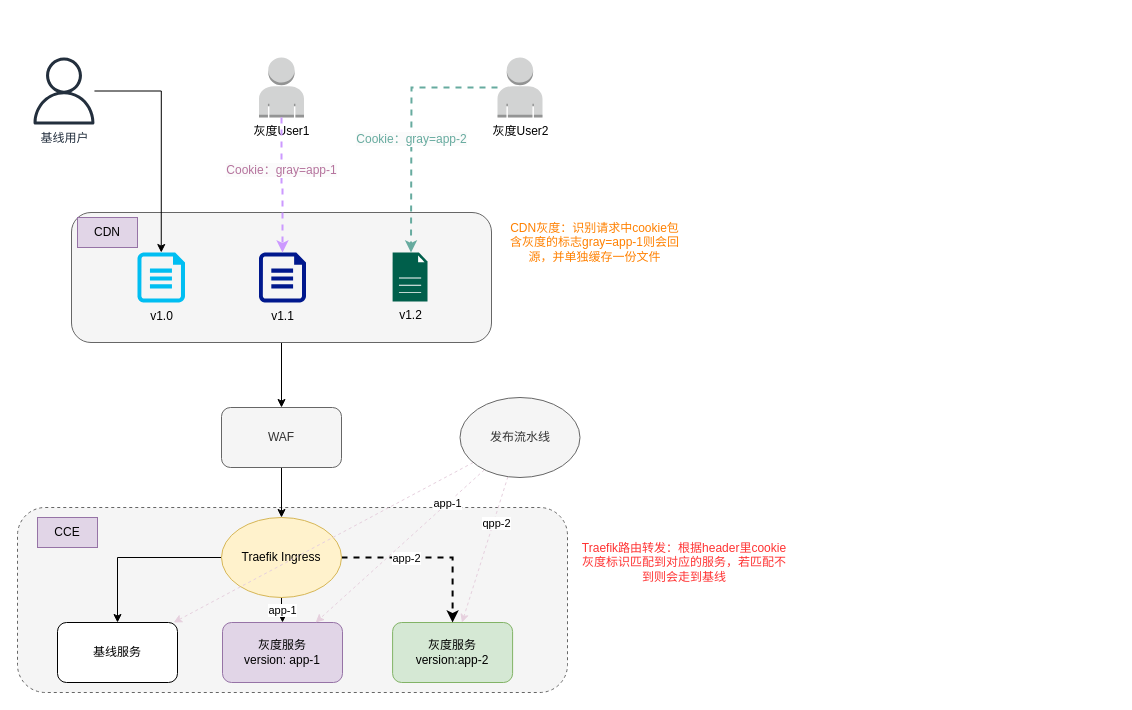
Earlier version of the draw.io diagram 前端H5灰度.drawio (463024907/draw.io). Source tidied: cells renumbered, new cells numbered last; positions are measured from the earlier drawing's top-left corner, leaving out a move shared by most shapes. Both pictures are drawn from the tidied source at 100%, with x=0, y=0 at pixel (17, 57).
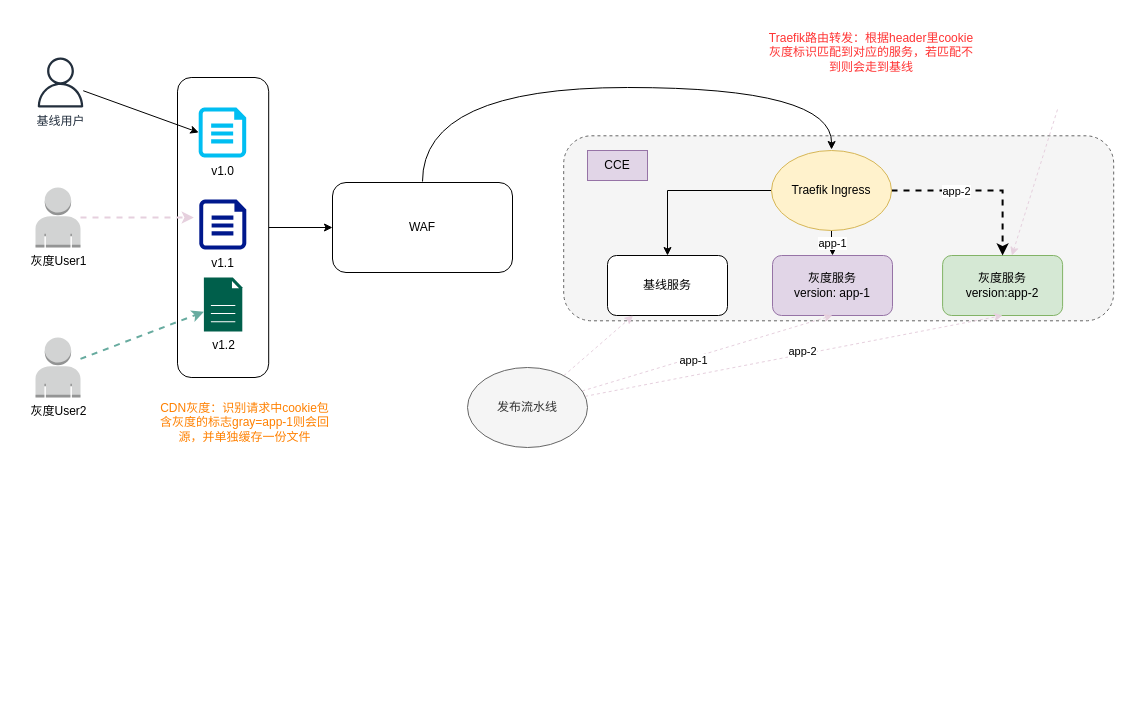
The same page after the edit.

Unchanged cells that the change refers to:
```xml
<mxCell id="16" style="edgeStyle=orthogonalEdgeStyle;rounded=0;jettySize=auto;html=1;entryX=0.5;entryY=0;entryDx=0;entryDy=0;dashed=1;strokeWidth=2;" parent="1" edge="1" source="20" target="12">
  <mxGeometry relative="1" as="geometry" />
</mxCell>
<mxCell id="18" style="edgeStyle=orthogonalEdgeStyle;rounded=0;jettySize=auto;html=1;entryX=0.5;entryY=0;entryDx=0;entryDy=0;" parent="1" edge="1" source="20" target="28">
  <mxGeometry relative="1" as="geometry" />
</mxCell>
```

The edit, as a diff of the source:
```diff
@@
-    <mxCell id="2" style="rounded=1;whiteSpace=wrap;html=1;dashed=1;fillColor=#f5f5f5;fontColor=#333333;strokeColor=#666666;" parent="1" vertex="1">
-      <mxGeometry y="450" width="550" height="185" as="geometry" />
-    </mxCell>
-    <mxCell id="3" style="edgeStyle=orthogonalEdgeStyle;rounded=0;jettySize=auto;html=1;" parent="1" edge="1" source="4" target="8">
-      <mxGeometry relative="1" as="geometry" />
-    </mxCell>
-    <mxCell id="4" style="rounded=1;whiteSpace=wrap;html=1;fillColor=#f5f5f5;fontColor=#333333;strokeColor=#666666;" parent="1" vertex="1">
-      <mxGeometry x="54" y="155" width="420" height="130" as="geometry" />
-    </mxCell>
+    <mxCell id="38" style="rounded=1;whiteSpace=wrap;html=1;dashed=1;fillColor=#f5f5f5;fontColor=#333333;strokeColor=#666666;" parent="1" vertex="1">
+      <mxGeometry x="546.2" y="78.3" width="550" height="185" as="geometry" />
+    </mxCell>
+    <mxCell id="39" style="edgeStyle=orthogonalEdgeStyle;rounded=0;jettySize=auto;html=1;" parent="1" edge="1" source="40" target="8">
+      <mxGeometry relative="1" as="geometry" />
+    </mxCell>
+    <mxCell id="40" style="rounded=1;whiteSpace=wrap;html=1;" parent="1" vertex="1">
+      <mxGeometry x="160" y="20" width="91.2" height="300" as="geometry" />
+    </mxCell>
+    <mxCell id="23" style="edgeStyle=orthogonalEdgeStyle;rounded=0;jettySize=auto;html=1;entryX=-0.117;entryY=0.36;entryDx=0;entryDy=0;entryPerimeter=0;dashed=1;strokeColor=#E6D0DE;strokeWidth=2;" parent="1" edge="1" source="5" target="9">
+      <mxGeometry relative="1" as="geometry" />
+    </mxCell>
     <mxCell id="5" value="灰度User1&lt;div&gt;&lt;br&gt;&lt;/div&gt;" style="outlineConnect=0;dashed=0;verticalLabelPosition=bottom;verticalAlign=top;align=center;html=1;shape=mxgraph.aws3.user;fillColor=#D2D3D3;gradientColor=none;" parent="1" vertex="1">
-      <mxGeometry x="241.5" width="45" height="60" as="geometry" />
+      <mxGeometry x="18" y="130" width="45" height="60" as="geometry" />
     </mxCell>
+    <mxCell id="13" value="基线用户" style="sketch=0;outlineConnect=0;fontColor=#232F3E;gradientColor=none;fillColor=#232F3D;strokeColor=none;dashed=0;verticalLabelPosition=bottom;verticalAlign=top;align=center;html=1;fontSize=12;fontStyle=0;shape=mxgraph.aws4.user;" parent="1" vertex="1">
+      <mxGeometry x="18" width="50" height="50" as="geometry" />
+    </mxCell>
+    <mxCell id="41" style="rounded=0;jettySize=auto;html=1;dashed=1;strokeColor=#67AB9F;strokeWidth=2;" parent="1" edge="1" source="21" target="27">
+      <mxGeometry relative="1" as="geometry" />
+    </mxCell>
+    <mxCell id="21" value="灰度User2&lt;div&gt;&lt;br&gt;&lt;/div&gt;" style="outlineConnect=0;dashed=0;verticalLabelPosition=bottom;verticalAlign=top;align=center;html=1;shape=mxgraph.aws3.user;fillColor=#D2D3D3;gradientColor=none;" parent="1" vertex="1">
+      <mxGeometry x="18" y="280" width="45" height="60" as="geometry" />
+    </mxCell>
     <mxCell id="6" value="v1.0" style="verticalLabelPosition=bottom;html=1;verticalAlign=top;align=center;strokeColor=none;fillColor=#00BEF2;shape=mxgraph.azure.cloud_services_configuration_file;" parent="1" vertex="1">
-      <mxGeometry x="120" y="195" width="47.5" height="50" as="geometry" />
+      <mxGeometry x="181.2" y="50" width="47.5" height="50" as="geometry" />
     </mxCell>
-    <mxCell id="7" style="edgeStyle=orthogonalEdgeStyle;rounded=0;jettySize=auto;html=1;" parent="1" edge="1" source="8" target="20">
-      <mxGeometry relative="1" as="geometry" />
-    </mxCell>
+    <mxCell id="9" value="v1.1" style="sketch=0;shadow=0;dashed=0;html=1;strokeColor=none;labelPosition=center;verticalLabelPosition=bottom;verticalAlign=top;align=center;fillColor=#00188D;shape=mxgraph.azure.file;" parent="1" vertex="1">
+      <mxGeometry x="181.8" y="142" width="47" height="50" as="geometry" />
+    </mxCell>
+    <mxCell id="27" value="v1.2" style="sketch=0;shadow=0;dashed=0;html=1;strokeColor=none;fillColor=#005F4B;labelPosition=center;verticalLabelPosition=bottom;verticalAlign=top;align=center;outlineConnect=0;shape=mxgraph.veeam2.file;" parent="1" vertex="1">
+      <mxGeometry x="186.4" y="220" width="38.4" height="54" as="geometry" />
+    </mxCell>
+    <mxCell id="22" style="rounded=0;jettySize=auto;html=1;entryX=0;entryY=0.5;entryDx=0;entryDy=0;entryPerimeter=0;" parent="1" edge="1" source="13" target="6">
+      <mxGeometry relative="1" as="geometry" />
+    </mxCell>
+    <mxCell id="42" style="edgeStyle=orthogonalEdgeStyle;rounded=0;orthogonalLoop=1;jettySize=auto;html=1;entryX=0.5;entryY=0;entryDx=0;entryDy=0;curved=1;" parent="1" edge="1">
+      <mxGeometry relative="1" as="geometry">
+        <mxPoint x="405" y="124" as="sourcePoint" />
+        <mxPoint x="814" y="92" as="targetPoint" />
+        <Array as="points">
+          <mxPoint x="405" y="30" />
+          <mxPoint x="815" y="30" />
+        </Array>
+      </mxGeometry>
+    </mxCell>
-    <mxCell id="8" value="WAF" style="rounded=1;whiteSpace=wrap;html=1;fillColor=#f5f5f5;fontColor=#333333;strokeColor=#666666;" parent="1" vertex="1">
-      <mxGeometry x="204" y="350" width="120" height="60" as="geometry" />
+    <mxCell id="8" value="WAF" style="whiteSpace=wrap;html=1;rounded=1;" parent="1" vertex="1">
+      <mxGeometry x="315" y="125" width="180" height="90" as="geometry" />
     </mxCell>
-    <mxCell id="9" value="v1.1" style="sketch=0;shadow=0;dashed=0;html=1;strokeColor=none;labelPosition=center;verticalLabelPosition=bottom;verticalAlign=top;align=center;fillColor=#00188D;shape=mxgraph.azure.file;" parent="1" vertex="1">
-      <mxGeometry x="241.5" y="195" width="47" height="50" as="geometry" />
-    </mxCell>
-    <mxCell id="10" value="CDN" style="text;html=1;align=center;verticalAlign=middle;whiteSpace=wrap;rounded=0;fillColor=#e1d5e7;strokeColor=#9673a6;" parent="1" vertex="1">
-      <mxGeometry x="60" y="160" width="60" height="30" as="geometry" />
-    </mxCell>
+    <mxCell id="36" value="&lt;font color=&quot;#ff8000&quot;&gt;CDN灰度：识别请求中cookie包含灰度的标志gray=app-1则会回源，并单独缓存一份文件&lt;/font&gt;" style="text;html=1;align=center;verticalAlign=middle;whiteSpace=wrap;rounded=0;" parent="1" vertex="1">
+      <mxGeometry x="140" y="350" width="175" height="30" as="geometry" />
+    </mxCell>
     <mxCell id="11" value="基线服务" style="rounded=1;whiteSpace=wrap;html=1;" parent="1" vertex="1">
-      <mxGeometry x="40" y="565" width="120" height="60" as="geometry" />
+      <mxGeometry x="590" y="198" width="120" height="60" as="geometry" />
     </mxCell>
     <mxCell id="12" value="灰度服务&lt;div&gt;version:app-2&lt;/div&gt;" style="rounded=1;whiteSpace=wrap;html=1;fillColor=#d5e8d4;strokeColor=#82b366;" parent="1" vertex="1">
-      <mxGeometry x="375.1" y="565" width="120" height="60" as="geometry" />
+      <mxGeometry x="925.1" y="198" width="120" height="60" as="geometry" />
     </mxCell>
-    <mxCell id="13" value="基线用户" style="sketch=0;outlineConnect=0;fontColor=#232F3E;gradientColor=none;fillColor=#232F3D;strokeColor=none;dashed=0;verticalLabelPosition=bottom;verticalAlign=top;align=center;html=1;fontSize=12;fontStyle=0;shape=mxgraph.aws4.user;" parent="1" vertex="1">
-      <mxGeometry x="13" width="67" height="67" as="geometry" />
-    </mxCell>
     <mxCell id="14" value="CCE" style="text;html=1;align=center;verticalAlign=middle;whiteSpace=wrap;rounded=0;fillColor=#e1d5e7;strokeColor=#9673a6;" parent="1" vertex="1">
-      <mxGeometry x="20" y="460" width="60" height="30" as="geometry" />
+      <mxGeometry x="570" y="93" width="60" height="30" as="geometry" />
     </mxCell>
@@
-    <mxCell id="17" value="app-2" style="edgeLabel;html=1;align=center;verticalAlign=middle;" parent="16" vertex="1">
-      <mxGeometry x="-0.27" y="1" relative="1" as="geometry">
-        <mxPoint y="1" as="offset" />
-      </mxGeometry>
-    </mxCell>
+    <mxCell id="43" value="app-2" style="edgeLabel;html=1;align=center;verticalAlign=middle;" parent="16" vertex="1">
+      <mxGeometry x="-0.27" y="1" relative="1" as="geometry">
+        <mxPoint y="1" as="offset" />
+      </mxGeometry>
+    </mxCell>
@@
-    <mxCell id="19" value="app-1" style="edgeLabel;html=1;align=center;verticalAlign=middle;" parent="18" vertex="1">
-      <mxGeometry x="-0.08" relative="1" as="geometry" />
-    </mxCell>
+    <mxCell id="44" value="app-1" style="edgeLabel;html=1;align=center;verticalAlign=middle;" parent="18" vertex="1">
+      <mxGeometry x="-0.08" relative="1" as="geometry" />
+    </mxCell>
     <mxCell id="20" value="Traefik Ingress" style="ellipse;whiteSpace=wrap;html=1;fillColor=#fff2cc;strokeColor=#d6b656;" parent="1" vertex="1">
-      <mxGeometry x="204" y="460" width="120" height="80" as="geometry" />
+      <mxGeometry x="754" y="93" width="120" height="80" as="geometry" />
     </mxCell>
-    <mxCell id="21" value="灰度User2&lt;div&gt;&lt;br&gt;&lt;/div&gt;" style="outlineConnect=0;dashed=0;verticalLabelPosition=bottom;verticalAlign=top;align=center;html=1;shape=mxgraph.aws3.user;fillColor=#D2D3D3;gradientColor=none;" parent="1" vertex="1">
-      <mxGeometry x="480" width="45" height="60" as="geometry" />
-    </mxCell>
-    <mxCell id="22" style="edgeStyle=orthogonalEdgeStyle;rounded=0;jettySize=auto;html=1;entryX=0.5;entryY=0;entryDx=0;entryDy=0;entryPerimeter=0;" parent="1" edge="1" source="13" target="6">
-      <mxGeometry relative="1" as="geometry" />
-    </mxCell>
-    <mxCell id="23" style="edgeStyle=orthogonalEdgeStyle;rounded=0;jettySize=auto;html=1;entryX=0.5;entryY=0;entryDx=0;entryDy=0;entryPerimeter=0;dashed=1;strokeColor=#CC99FF;strokeWidth=2;" parent="1" edge="1" source="5" target="9">
-      <mxGeometry relative="1" as="geometry" />
-    </mxCell>
-    <mxCell id="24" value="&lt;span style=&quot;color: rgb(181, 115, 157); font-size: 12px; background-color: rgb(251, 251, 251);&quot;&gt;Cookie：gray=app-1&lt;/span&gt;" style="edgeLabel;html=1;align=center;verticalAlign=middle;" parent="23" vertex="1">
-      <mxGeometry x="-0.24" y="-1" relative="1" as="geometry" />
-    </mxCell>
-    <mxCell id="25" style="edgeStyle=orthogonalEdgeStyle;rounded=0;jettySize=auto;html=1;entryX=0.5;entryY=0;entryDx=0;entryDy=0;entryPerimeter=0;dashed=1;strokeColor=#67AB9F;strokeWidth=2;" parent="1" edge="1" source="21">
-      <mxGeometry relative="1" as="geometry">
-        <mxPoint x="393.5" y="195" as="targetPoint" />
-      </mxGeometry>
-    </mxCell>
-    <mxCell id="26" value="&lt;span style=&quot;color: rgb(103, 171, 159); font-size: 12px; background-color: rgb(251, 251, 251);&quot;&gt;Cookie：gray=app-2&lt;/span&gt;" style="edgeLabel;html=1;align=center;verticalAlign=middle;" parent="25" vertex="1">
-      <mxGeometry x="0.1" relative="1" as="geometry" />
-    </mxCell>
-    <mxCell id="27" value="v1.2" style="sketch=0;shadow=0;dashed=0;html=1;strokeColor=none;fillColor=#005F4B;labelPosition=center;verticalLabelPosition=bottom;verticalAlign=top;align=center;outlineConnect=0;shape=mxgraph.veeam2.file;" parent="1" vertex="1">
-      <mxGeometry x="375.1" y="195" width="34.9" height="49" as="geometry" />
-    </mxCell>
     <mxCell id="28" value="灰度服务&lt;div&gt;version: app-1&lt;/div&gt;" style="rounded=1;whiteSpace=wrap;html=1;fillColor=#e1d5e7;strokeColor=#9673a6;" parent="1" vertex="1">
-      <mxGeometry x="205" y="565" width="120" height="60" as="geometry" />
+      <mxGeometry x="755" y="198" width="120" height="60" as="geometry" />
     </mxCell>
-    <mxCell id="29" style="rounded=0;jettySize=auto;html=1;strokeColor=none;" parent="1" edge="1" source="35" target="11">
-      <mxGeometry relative="1" as="geometry" />
-    </mxCell>
-    <mxCell id="30" style="rounded=0;jettySize=auto;html=1;dashed=1;strokeColor=#E6D0DE;" parent="1" edge="1" source="35" target="11">
-      <mxGeometry relative="1" as="geometry" />
-    </mxCell>
+    <mxCell id="45" style="rounded=0;jettySize=auto;html=1;dashed=1;strokeColor=#E6D0DE;" parent="1" edge="1" target="12">
+      <mxGeometry relative="1" as="geometry">
+        <mxPoint x="1040" y="52" as="sourcePoint" />
+      </mxGeometry>
+    </mxCell>
+    <mxCell id="37" value="&lt;font color=&quot;#ff3333&quot;&gt;Traefik路由转发：根据header里cookie灰度标识匹配到对应的服务，若匹配不到则会走到基线&lt;/font&gt;" style="text;html=1;align=center;verticalAlign=middle;whiteSpace=wrap;rounded=0;" parent="1" vertex="1">
+      <mxGeometry x="750" y="-40" width="207.5" height="70" as="geometry" />
+    </mxCell>
+    <mxCell id="46" style="rounded=0;jettySize=auto;html=1;dashed=1;strokeColor=#E6D0DE;" parent="1" edge="1" source="35" target="11">
+      <mxGeometry relative="1" as="geometry" />
+    </mxCell>
-    <mxCell id="31" style="rounded=0;jettySize=auto;html=1;dashed=1;strokeColor=#E6D0DE;" parent="1" edge="1" source="35" target="28">
+    <mxCell id="31" style="rounded=0;jettySize=auto;html=1;entryX=0.5;entryY=1;entryDx=0;entryDy=0;dashed=1;strokeColor=#E6D0DE;" parent="1" edge="1" source="35" target="28">
       <mxGeometry relative="1" as="geometry" />
     </mxCell>
-    <mxCell id="32" value="app-1" style="edgeLabel;html=1;align=center;verticalAlign=middle;" parent="31" vertex="1">
-      <mxGeometry x="-0.56" relative="1" as="geometry" />
-    </mxCell>
+    <mxCell id="47" value="app-1" style="edgeLabel;html=1;align=center;verticalAlign=middle;" parent="31" vertex="1">
+      <mxGeometry x="-0.12" y="-2" relative="1" as="geometry" />
+    </mxCell>
-    <mxCell id="33" style="rounded=0;jettySize=auto;html=1;dashed=1;strokeColor=#E6D0DE;" parent="1" edge="1" source="35" target="12">
+    <mxCell id="33" style="rounded=0;jettySize=auto;html=1;entryX=0.5;entryY=1;entryDx=0;entryDy=0;dashed=1;strokeColor=#E6D0DE;" parent="1" edge="1" source="35" target="12">
       <mxGeometry relative="1" as="geometry" />
     </mxCell>
-    <mxCell id="34" value="qpp-2" style="edgeLabel;html=1;align=center;verticalAlign=middle;" parent="33" vertex="1">
-      <mxGeometry x="-0.39" y="2" relative="1" as="geometry">
-        <mxPoint y="1" as="offset" />
-      </mxGeometry>
-    </mxCell>
+    <mxCell id="48" value="app-2" style="edgeLabel;html=1;align=center;verticalAlign=middle;" parent="33" vertex="1">
+      <mxGeometry x="0.04" y="3" relative="1" as="geometry" />
+    </mxCell>
     <mxCell id="35" value="发布流水线" style="ellipse;whiteSpace=wrap;html=1;fillColor=#f5f5f5;strokeColor=#666666;fontColor=#333333;" parent="1" vertex="1">
-      <mxGeometry x="442.5" y="340" width="120" height="80" as="geometry" />
+      <mxGeometry x="450" y="310" width="120" height="80" as="geometry" />
     </mxCell>
-    <mxCell id="36" value="&lt;font color=&quot;#ff8000&quot;&gt;CDN灰度：识别请求中cookie包含灰度的标志gray=app-1则会回源，并单独缓存一份文件&lt;/font&gt;" style="text;html=1;align=center;verticalAlign=middle;whiteSpace=wrap;rounded=0;" parent="1" vertex="1">
-      <mxGeometry x="490" y="170" width="175" height="30" as="geometry" />
-    </mxCell>
-    <mxCell id="37" value="&lt;font color=&quot;#ff3333&quot;&gt;Traefik路由转发：根据header里cookie灰度标识匹配到对应的服务，若匹配不到则会走到基线&lt;/font&gt;" style="text;html=1;align=center;verticalAlign=middle;whiteSpace=wrap;rounded=0;" parent="1" vertex="1">
-      <mxGeometry x="562.5" y="470" width="207.5" height="70" as="geometry" />
-    </mxCell>
```
